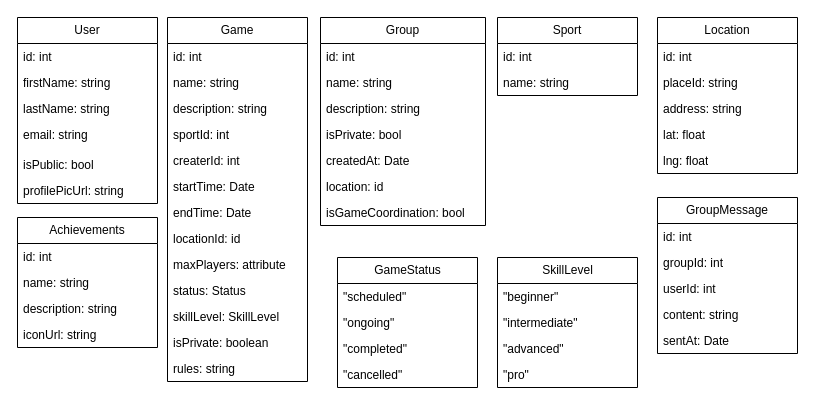
This is page "Objects" (4 of 5) of diagrams/pickupDB.drawio from Sroberts03/pickup, a draw.io file, before an edit. Source tidied: cells renumbered, new cells numbered last; positions are measured from the earlier drawing's top-left corner, leaving out a move shared by most shapes. Both pictures are drawn from the tidied source at 100%, with x=0, y=0 at pixel (17, 17).
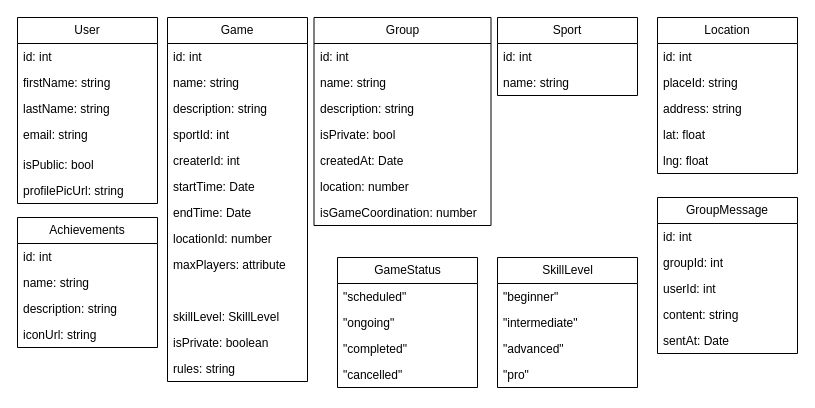
The same page after the edit.

Unchanged cells that the change refers to:
```xml
<mxCell id="9" value="Game" style="swimlane;fontStyle=0;horizontal=1;startSize=26;fillColor=none;whiteSpace=wrap;html=1;" parent="1" vertex="1">
  <mxGeometry x="150" width="140" height="364" as="geometry" />
</mxCell>
```

What changed in the source:
```diff
@@
-    <mxCell id="17" value="locationId: id&amp;nbsp;&amp;nbsp;" style="text;strokeColor=none;fillColor=none;align=left;verticalAlign=top;spacingLeft=4;spacingRight=4;overflow=hidden;whiteSpace=wrap;html=1;" parent="9" vertex="1">
+    <mxCell id="17" value="locationId: number&amp;nbsp;&amp;nbsp;" style="text;strokeColor=none;fillColor=none;align=left;verticalAlign=top;spacingLeft=4;spacingRight=4;overflow=hidden;whiteSpace=wrap;html=1;" parent="9" vertex="1">
       <mxGeometry y="208" width="140" height="26" as="geometry" />
     </mxCell>
@@
-    <mxCell id="19" value="status: Status" style="text;strokeColor=none;fillColor=none;align=left;verticalAlign=top;spacingLeft=4;spacingRight=4;overflow=hidden;whiteSpace=wrap;html=1;" parent="9" vertex="1">
+    <mxCell id="19" value="&lt;br&gt;&lt;div&gt;&lt;span style=&quot;white-space: pre;&quot;&gt;&#9;&lt;/span&gt;&lt;br&gt;&lt;/div&gt;" style="text;strokeColor=none;fillColor=none;align=left;verticalAlign=top;spacingLeft=4;spacingRight=4;overflow=hidden;whiteSpace=wrap;html=1;" parent="9" vertex="1">
       <mxGeometry y="260" width="140" height="26" as="geometry" />
     </mxCell>
@@
     <mxCell id="23" value="Group" style="swimlane;fontStyle=0;horizontal=1;startSize=26;fillColor=none;whiteSpace=wrap;html=1;" parent="1" vertex="1">
-      <mxGeometry x="303" width="165" height="208" as="geometry" />
+      <mxGeometry x="296.5" width="177" height="208" as="geometry" />
     </mxCell>
     <mxCell id="24" value="id: int" style="text;strokeColor=none;fillColor=none;align=left;verticalAlign=top;spacingLeft=4;spacingRight=4;overflow=hidden;whiteSpace=wrap;html=1;" parent="23" vertex="1">
-      <mxGeometry y="26" width="165" height="26" as="geometry" />
+      <mxGeometry y="26" width="177" height="26" as="geometry" />
     </mxCell>
     <mxCell id="25" value="name: string" style="text;strokeColor=none;fillColor=none;align=left;verticalAlign=top;spacingLeft=4;spacingRight=4;overflow=hidden;whiteSpace=wrap;html=1;" parent="23" vertex="1">
-      <mxGeometry y="52" width="165" height="26" as="geometry" />
+      <mxGeometry y="52" width="177" height="26" as="geometry" />
     </mxCell>
     <mxCell id="26" value="description: string" style="text;strokeColor=none;fillColor=none;align=left;verticalAlign=top;spacingLeft=4;spacingRight=4;overflow=hidden;whiteSpace=wrap;html=1;" parent="23" vertex="1">
-      <mxGeometry y="78" width="165" height="26" as="geometry" />
+      <mxGeometry y="78" width="177" height="26" as="geometry" />
     </mxCell>
     <mxCell id="27" value="isPrivate: bool" style="text;strokeColor=none;fillColor=none;align=left;verticalAlign=top;spacingLeft=4;spacingRight=4;overflow=hidden;whiteSpace=wrap;html=1;" parent="23" vertex="1">
-      <mxGeometry y="104" width="165" height="26" as="geometry" />
+      <mxGeometry y="104" width="177" height="26" as="geometry" />
     </mxCell>
     <mxCell id="28" value="createdAt: Date" style="text;strokeColor=none;fillColor=none;align=left;verticalAlign=top;spacingLeft=4;spacingRight=4;overflow=hidden;whiteSpace=wrap;html=1;" parent="23" vertex="1">
-      <mxGeometry y="130" width="165" height="26" as="geometry" />
+      <mxGeometry y="130" width="177" height="26" as="geometry" />
     </mxCell>
-    <mxCell id="29" value="location: id" style="text;strokeColor=none;fillColor=none;align=left;verticalAlign=top;spacingLeft=4;spacingRight=4;overflow=hidden;whiteSpace=wrap;html=1;" parent="23" vertex="1">
-      <mxGeometry y="156" width="165" height="26" as="geometry" />
+    <mxCell id="29" value="location: number" style="text;strokeColor=none;fillColor=none;align=left;verticalAlign=top;spacingLeft=4;spacingRight=4;overflow=hidden;whiteSpace=wrap;html=1;" parent="23" vertex="1">
+      <mxGeometry y="156" width="177" height="26" as="geometry" />
     </mxCell>
-    <mxCell id="30" value="isGameCoordination: bool" style="text;strokeColor=none;fillColor=none;align=left;verticalAlign=top;spacingLeft=4;spacingRight=4;overflow=hidden;whiteSpace=wrap;html=1;" parent="23" vertex="1">
-      <mxGeometry y="182" width="165" height="26" as="geometry" />
+    <mxCell id="30" value="isGameCoordination: number" style="text;strokeColor=none;fillColor=none;align=left;verticalAlign=top;spacingLeft=4;spacingRight=4;overflow=hidden;whiteSpace=wrap;html=1;" parent="23" vertex="1">
+      <mxGeometry y="182" width="177" height="26" as="geometry" />
     </mxCell>
```
